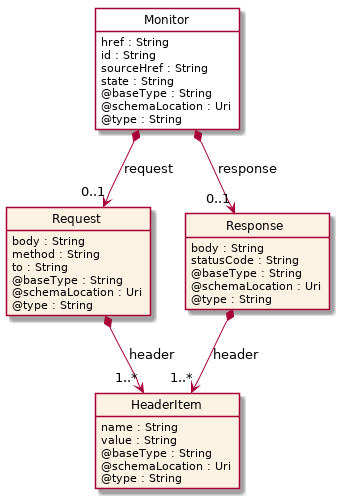
This is apis/TMF664_Resource_Function_Activation/documentation/diagrams/Resource_Monitor.png from tmforum-apis/Open_Api_And_Data_Model, a PlantUML export, as it was before one commit. Its diagram source:
```plantuml
@startuml
hide circle
hide methods
hide stereotype
show <<Enumeration>> stereotype
skinparam class {
   BackgroundColor<<Enumeration>> #E6F5F7
   BackgroundColor<<Ref>> #FFFFE0
   BackgroundColor<<Pivot>> #FFFFFFF
   BackgroundColor #FCF2E3
}

class Monitor  <<Pivot>> {
    href : String
    id : String
    sourceHref : String
    state : String
    @baseType : String
    @schemaLocation : Uri
    @type : String
}

class Request  {
    body : String
    method : String
    to : String
    @baseType : String
    @schemaLocation : Uri
    @type : String
}

class HeaderItem  {
    name : String
    value : String
    @baseType : String
    @schemaLocation : Uri
    @type : String
}

class Response  {
    body : String
    statusCode : String
    @baseType : String
    @schemaLocation : Uri
    @type : String
}

Monitor *-->  "0..1" Response : response

Monitor *-->  "0..1" Request : request

Request *-->  "1..*" HeaderItem : header

Response *-->  "1..*" HeaderItem : header

@enduml
```
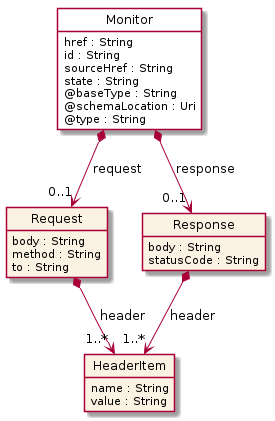
Above is the later version.

Diff of the diagram source:
```diff
@@ -24,25 +24,16 @@
     body : String
     method : String
     to : String
-    @baseType : String
-    @schemaLocation : Uri
-    @type : String
 }
 
 class HeaderItem  {
     name : String
     value : String
-    @baseType : String
-    @schemaLocation : Uri
-    @type : String
 }
 
 class Response  {
     body : String
     statusCode : String
-    @baseType : String
-    @schemaLocation : Uri
-    @type : String
 }
 
 Monitor *-->  "0..1" Response : response
```
